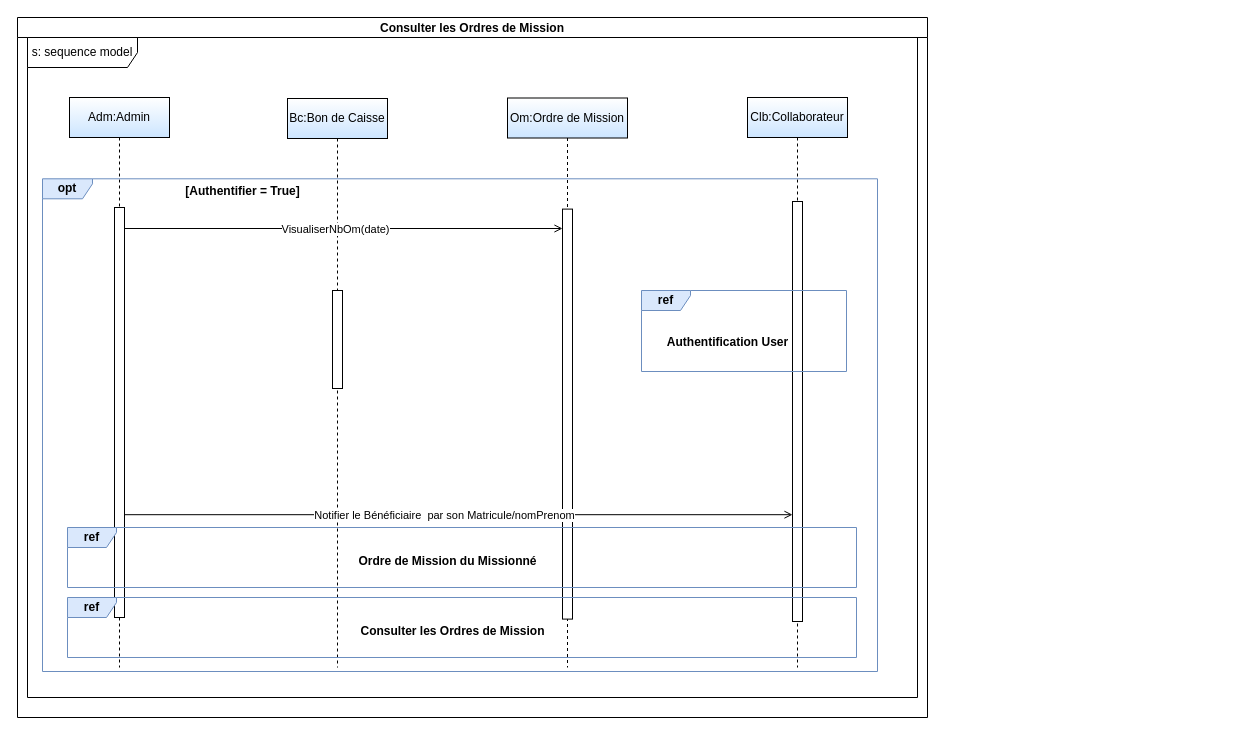
This is ConsulterOrdreMission.drawio from BARIGOU-Imane/Gestion-des-Ordres-de-Mission, a draw.io file, before an edit. Source tidied: cells renumbered, new cells numbered last; positions are measured from the earlier drawing's top-left corner, leaving out a move shared by most shapes. Both pictures are drawn from the tidied source at 100%, with x=0, y=0 at pixel (17, 17).
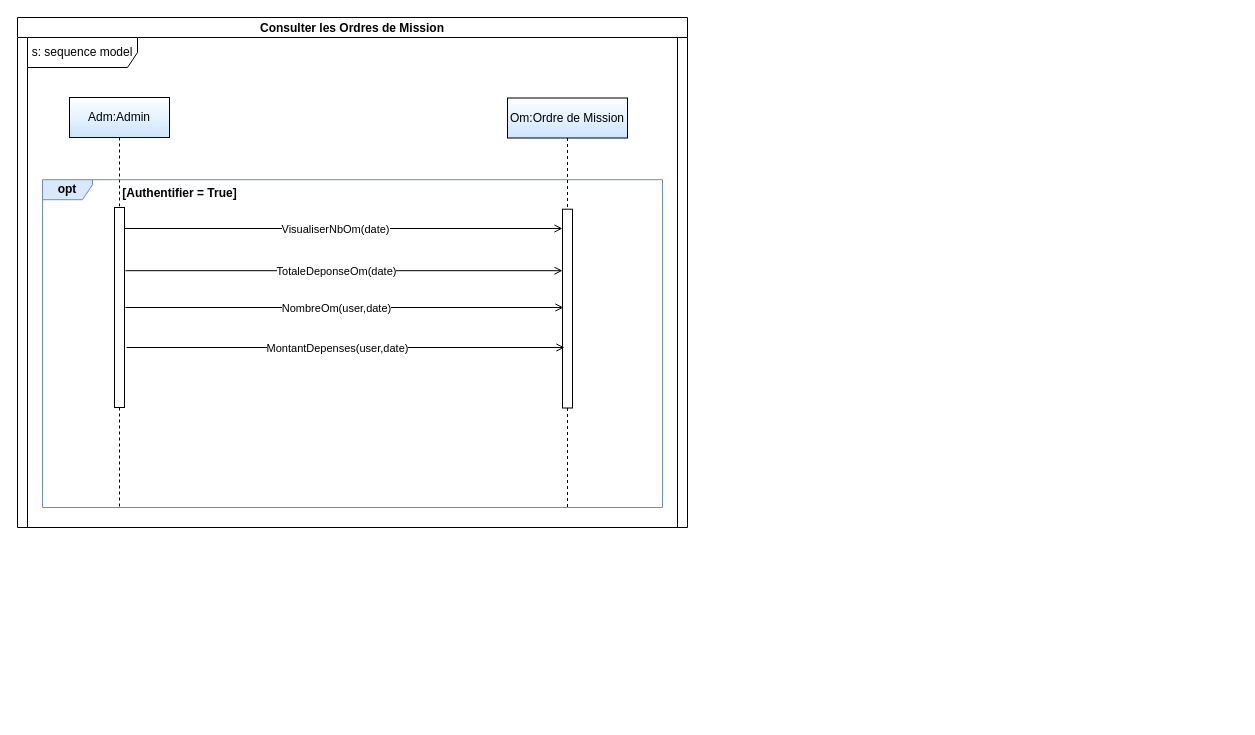
Above is the later version.

The edit, as a diff of the source:
```diff
@@
     <mxCell id="2" value="Adm:Admin" style="shape=umlLifeline;perimeter=lifelinePerimeter;whiteSpace=wrap;html=1;newEdgeStyle={&quot;edgeStyle&quot;:&quot;elbowEdgeStyle&quot;,&quot;elbow&quot;:&quot;vertical&quot;,&quot;curved&quot;:0,&quot;rounded&quot;:0};fillColor=default;strokeColor=#000000;gradientColor=#CCE5FF;" parent="1" vertex="1">
-      <mxGeometry x="52" y="80" width="100" height="570" as="geometry" />
+      <mxGeometry x="52" y="80" width="100" height="410" as="geometry" />
     </mxCell>
     <mxCell id="3" style="html=1;perimeter=orthogonalPerimeter;targetShapes=umlLifeline;newEdgeStyle={&quot;edgeStyle&quot;:&quot;elbowEdgeStyle&quot;,&quot;elbow&quot;:&quot;vertical&quot;,&quot;curved&quot;:0,&quot;rounded&quot;:0};" parent="2" vertex="1">
-      <mxGeometry x="45" y="110" width="10" height="410" as="geometry" />
+      <mxGeometry x="45" y="110" width="10" height="200" as="geometry" />
     </mxCell>
-    <mxCell id="4" value="Clb:Collaborateur" style="shape=umlLifeline;perimeter=lifelinePerimeter;whiteSpace=wrap;html=1;newEdgeStyle={&quot;edgeStyle&quot;:&quot;elbowEdgeStyle&quot;,&quot;elbow&quot;:&quot;vertical&quot;,&quot;curved&quot;:0,&quot;rounded&quot;:0};gradientColor=#CCE5FF;" parent="1" vertex="1">
-      <mxGeometry x="730" y="80" width="100" height="570" as="geometry" />
-    </mxCell>
     <mxCell id="5" style="group;fillColor=none;" parent="1" vertex="1">
-      <mxGeometry x="25" y="164" width="1195" height="490" as="geometry" />
+      <mxGeometry x="25" y="164" width="620" height="326" as="geometry" />
     </mxCell>
     <mxCell id="6" value="&lt;b&gt;opt&lt;/b&gt;" style="shape=umlFrame;whiteSpace=wrap;html=1;width=50;height=20;fillColor=#dae8fc;strokeColor=#6c8ebf;" parent="5" vertex="1">
-      <mxGeometry y="-2.7" width="835" height="492.7" as="geometry" />
+      <mxGeometry y="-1.8" width="620" height="327.8" as="geometry" />
     </mxCell>
     <mxCell id="7" value="&lt;b&gt;[Authentifier = True]&lt;/b&gt;" style="text;html=1;align=center;verticalAlign=middle;strokeColor=none;fillColor=none;" parent="5" vertex="1">
-      <mxGeometry x="130" y="-5" width="140" height="30" as="geometry" />
+      <mxGeometry x="66.9" y="-3.3" width="140" height="30" as="geometry" />
     </mxCell>
-    <mxCell id="8" value="&lt;b&gt;Authentification User&lt;/b&gt;" style="text;html=1;align=center;verticalAlign=middle;strokeColor=none;fillColor=none;" parent="5" vertex="1">
-      <mxGeometry x="615" y="146" width="140" height="30" as="geometry" />
-    </mxCell>
-    <mxCell id="9" style="html=1;points=[];perimeter=orthogonalPerimeter;outlineConnect=0;targetShapes=umlLifeline;portConstraint=eastwest;newEdgeStyle={&quot;edgeStyle&quot;:&quot;elbowEdgeStyle&quot;,&quot;elbow&quot;:&quot;vertical&quot;,&quot;curved&quot;:0,&quot;rounded&quot;:0};" parent="5" vertex="1">
-      <mxGeometry x="750" y="20" width="10" height="420" as="geometry" />
-    </mxCell>
-    <mxCell id="10" value="&lt;b&gt;ref&lt;/b&gt;" style="shape=umlFrame;whiteSpace=wrap;html=1;width=49;height=20;fillColor=#dae8fc;strokeColor=#6c8ebf;" parent="5" vertex="1">
-      <mxGeometry x="599" y="109" width="205" height="81" as="geometry" />
-    </mxCell>
-    <mxCell id="11" value="&lt;b&gt;Ordre de Mission du Missionné&lt;/b&gt;" style="text;html=1;align=center;verticalAlign=middle;strokeColor=none;fillColor=none;" parent="5" vertex="1">
-      <mxGeometry x="305" y="365" width="200" height="30" as="geometry" />
-    </mxCell>
-    <mxCell id="12" value="&lt;b&gt;Consulter les Ordres de Mission&lt;/b&gt;" style="text;html=1;align=center;verticalAlign=middle;strokeColor=none;fillColor=none;" parent="5" vertex="1">
-      <mxGeometry x="305" y="435" width="210" height="30" as="geometry" />
-    </mxCell>
-    <mxCell id="13" value="Bc:Bon de Caisse" style="shape=umlLifeline;perimeter=lifelinePerimeter;whiteSpace=wrap;html=1;newEdgeStyle={&quot;edgeStyle&quot;:&quot;elbowEdgeStyle&quot;,&quot;elbow&quot;:&quot;vertical&quot;,&quot;curved&quot;:0,&quot;rounded&quot;:0};gradientColor=#CCE5FF;" parent="1" vertex="1">
-      <mxGeometry x="270" y="81" width="100" height="569" as="geometry" />
-    </mxCell>
-    <mxCell id="14" style="html=1;perimeter=orthogonalPerimeter;targetShapes=umlLifeline;newEdgeStyle={&quot;edgeStyle&quot;:&quot;elbowEdgeStyle&quot;,&quot;elbow&quot;:&quot;vertical&quot;,&quot;curved&quot;:0,&quot;rounded&quot;:0};" parent="13" vertex="1">
-      <mxGeometry x="45" y="192" width="10" height="98" as="geometry" />
-    </mxCell>
+    <mxCell id="25" style="endArrow=open;endFill=1;html=1;rounded=0;" parent="5" edge="1">
+      <mxGeometry relative="1" as="geometry">
+        <mxPoint x="83" y="89.2" as="sourcePoint" />
+        <mxPoint x="520" y="89.2" as="targetPoint" />
+      </mxGeometry>
+    </mxCell>
+    <mxCell id="26" value="TotaleDeponseOm(date)" style="edgeLabel;html=1;align=center;verticalAlign=middle;" parent="25" vertex="1">
+      <mxGeometry x="-0.05" relative="1" as="geometry">
+        <mxPoint x="2" as="offset" />
+      </mxGeometry>
+    </mxCell>
     <mxCell id="15" value="Om:Ordre de Mission" style="shape=umlLifeline;perimeter=lifelinePerimeter;whiteSpace=wrap;html=1;newEdgeStyle={&quot;edgeStyle&quot;:&quot;elbowEdgeStyle&quot;,&quot;elbow&quot;:&quot;vertical&quot;,&quot;curved&quot;:0,&quot;rounded&quot;:0};gradientColor=#CCE5FF;" parent="1" vertex="1">
-      <mxGeometry x="490" y="80.5" width="120" height="569.5" as="geometry" />
+      <mxGeometry x="490" y="80.5" width="120" height="409.5" as="geometry" />
     </mxCell>
     <mxCell id="16" style="html=1;perimeter=orthogonalPerimeter;targetShapes=umlLifeline;newEdgeStyle={&quot;edgeStyle&quot;:&quot;elbowEdgeStyle&quot;,&quot;elbow&quot;:&quot;vertical&quot;,&quot;curved&quot;:0,&quot;rounded&quot;:0};" parent="15" vertex="1">
-      <mxGeometry x="55" y="111.1" width="10" height="410" as="geometry" />
+      <mxGeometry x="55" y="111.2" width="10" height="198.8" as="geometry" />
     </mxCell>
-    <mxCell id="17" style="endArrow=open;endFill=1;html=1;rounded=0;" parent="1" edge="1" target="9">
-      <mxGeometry relative="1" as="geometry">
-        <mxPoint x="107" y="497.2" as="sourcePoint" />
-      </mxGeometry>
-    </mxCell>
-    <mxCell id="18" value="Notifier le Bénéficiaire&amp;nbsp; par son Matricule/nomPrenom" style="edgeLabel;html=1;align=center;verticalAlign=middle;" parent="17" vertex="1">
-      <mxGeometry x="-0.05" relative="1" as="geometry">
-        <mxPoint x="2" as="offset" />
-      </mxGeometry>
-    </mxCell>
-    <mxCell id="19" value="&lt;b&gt;ref&lt;/b&gt;" style="shape=umlFrame;whiteSpace=wrap;html=1;width=49;height=20;fillColor=#dae8fc;strokeColor=#6c8ebf;" parent="1" vertex="1">
-      <mxGeometry x="50" y="510" width="789" height="60" as="geometry" />
-    </mxCell>
     <mxCell id="20" value="Consulter les Ordres de Mission" style="swimlane;startSize=20;" parent="1" vertex="1">
-      <mxGeometry width="910" height="700" as="geometry" />
+      <mxGeometry width="670" height="510" as="geometry" />
     </mxCell>
     <mxCell id="21" value="s: sequence model" style="shape=umlFrame;whiteSpace=wrap;html=1;width=110;height=30;" parent="20" vertex="1">
-      <mxGeometry x="10" y="20" width="890" height="660" as="geometry" />
+      <mxGeometry x="10" y="20" width="650" height="490" as="geometry" />
     </mxCell>
-    <mxCell id="22" value="&lt;b&gt;ref&lt;/b&gt;" style="shape=umlFrame;whiteSpace=wrap;html=1;width=49;height=20;fillColor=#dae8fc;strokeColor=#6c8ebf;" parent="20" vertex="1">
-      <mxGeometry x="50" y="580" width="789" height="60" as="geometry" />
-    </mxCell>
+    <mxCell id="27" style="endArrow=open;endFill=1;html=1;rounded=0;" parent="20" edge="1">
+      <mxGeometry relative="1" as="geometry">
+        <mxPoint x="108" y="290" as="sourcePoint" />
+        <mxPoint x="546" y="290" as="targetPoint" />
+      </mxGeometry>
+    </mxCell>
+    <mxCell id="28" value="NombreOm(user,date)" style="edgeLabel;html=1;align=center;verticalAlign=middle;" parent="27" vertex="1">
+      <mxGeometry x="-0.05" relative="1" as="geometry">
+        <mxPoint x="2" as="offset" />
+      </mxGeometry>
+    </mxCell>
+    <mxCell id="29" style="endArrow=open;endFill=1;html=1;rounded=0;" parent="20" edge="1">
+      <mxGeometry relative="1" as="geometry">
+        <mxPoint x="109" y="330" as="sourcePoint" />
+        <mxPoint x="547" y="330" as="targetPoint" />
+      </mxGeometry>
+    </mxCell>
+    <mxCell id="30" value="MontantDepenses(user,date)" style="edgeLabel;html=1;align=center;verticalAlign=middle;" parent="29" vertex="1">
+      <mxGeometry x="-0.05" relative="1" as="geometry">
+        <mxPoint x="2" as="offset" />
+      </mxGeometry>
+    </mxCell>
```
